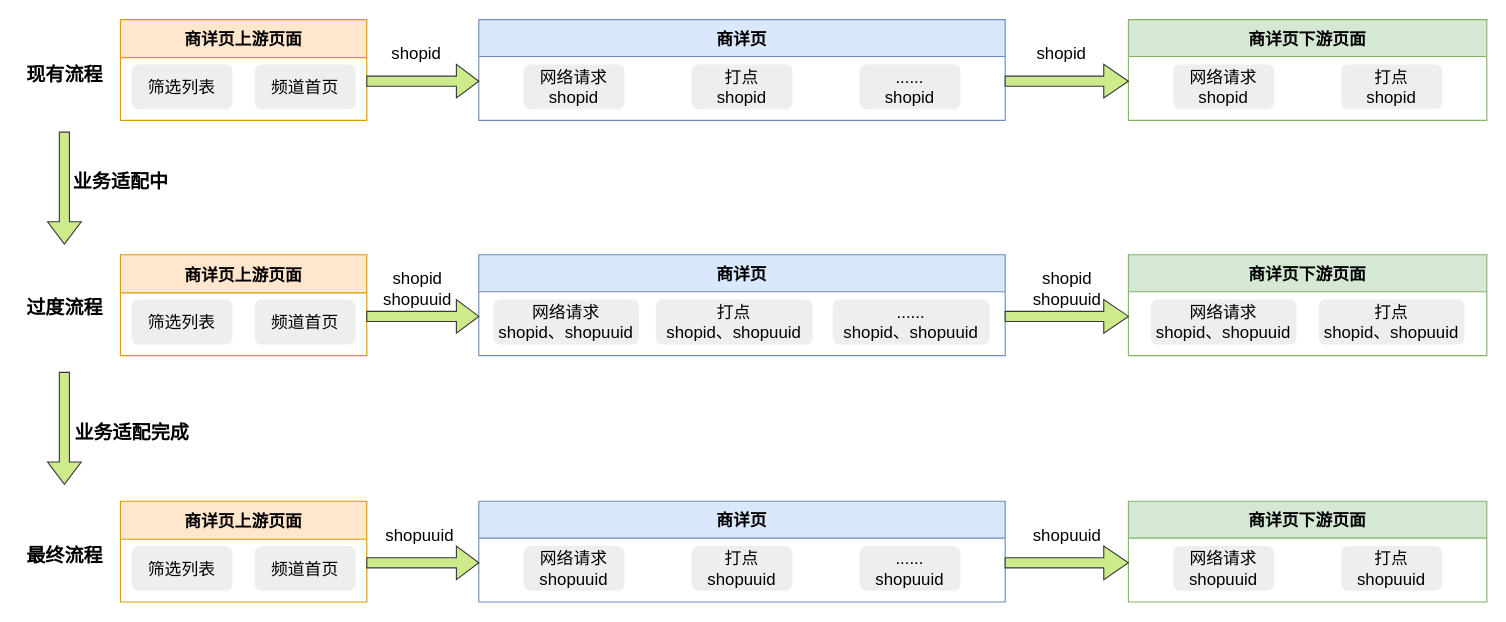
Before: page "Page-13" (13 of 15) of 频道首页执行流程.drawio in hpk1994/shophome, a draw.io diagram. Source tidied: cells renumbered, new cells numbered last; positions are measured from the earlier drawing's top-left corner, leaving out a move shared by most shapes. Both pictures are drawn from the tidied source at 112%, with x=0, y=0 at pixel (8, 19).
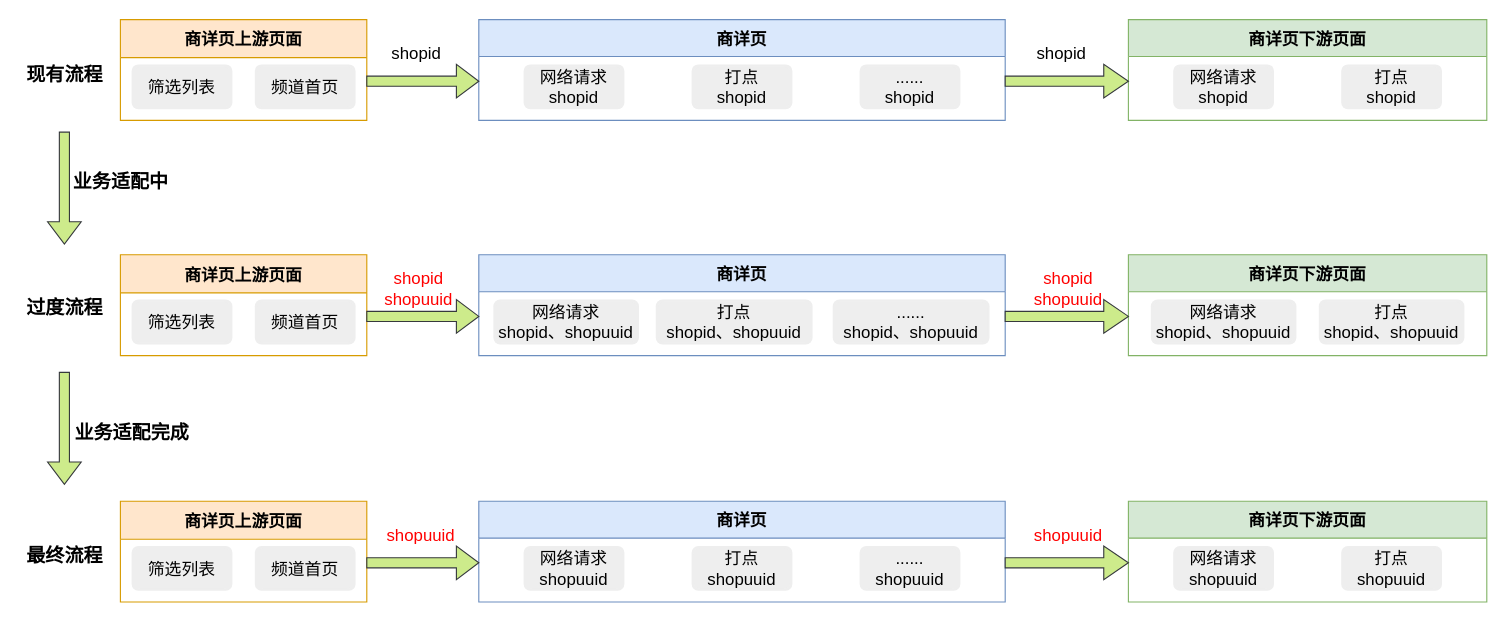
Above is the later version.

Change to the diagram source:
```diff
@@
-    <mxCell id="27" value="shopid&lt;br&gt;shopuuid" style="text;html=1;align=center;verticalAlign=middle;fontSize=15;" parent="1" vertex="1">
-      <mxGeometry x="325" y="220" width="80" height="40" as="geometry" />
+    <mxCell id="27" value="&lt;font color=&quot;#ff0000&quot;&gt;shopid&lt;br&gt;shopuuid&lt;/font&gt;" style="text;html=1;align=center;verticalAlign=middle;fontSize=15;" parent="1" vertex="1">
+      <mxGeometry x="330" y="220" width="71" height="40" as="geometry" />
     </mxCell>
@@
-    <mxCell id="31" value="shopid&lt;br&gt;shopuuid" style="text;html=1;align=center;verticalAlign=middle;fontSize=15;" parent="1" vertex="1">
-      <mxGeometry x="905" y="220" width="80" height="40" as="geometry" />
+    <mxCell id="31" value="&lt;font color=&quot;#ff0000&quot;&gt;shopid&lt;br&gt;shopuuid&lt;/font&gt;" style="text;html=1;align=center;verticalAlign=middle;fontSize=15;" parent="1" vertex="1">
+      <mxGeometry x="910" y="220" width="71" height="40" as="geometry" />
     </mxCell>
@@
-    <mxCell id="44" value="shopuuid" style="text;html=1;align=center;verticalAlign=middle;fontSize=15;" parent="1" vertex="1">
-      <mxGeometry x="327" y="450" width="80" height="20" as="geometry" />
+    <mxCell id="44" value="&lt;font color=&quot;#ff0000&quot;&gt;shopuuid&lt;/font&gt;" style="text;html=1;align=center;verticalAlign=middle;fontSize=15;" parent="1" vertex="1">
+      <mxGeometry x="332" y="449" width="71" height="22" as="geometry" />
     </mxCell>
@@
-    <mxCell id="46" value="shopuuid" style="text;html=1;align=center;verticalAlign=middle;fontSize=15;" parent="1" vertex="1">
-      <mxGeometry x="905" y="450" width="80" height="20" as="geometry" />
+    <mxCell id="46" value="&lt;font color=&quot;#ff0000&quot;&gt;shopuuid&lt;/font&gt;" style="text;html=1;align=center;verticalAlign=middle;fontSize=15;" parent="1" vertex="1">
+      <mxGeometry x="910" y="449" width="71" height="22" as="geometry" />
     </mxCell>
```
